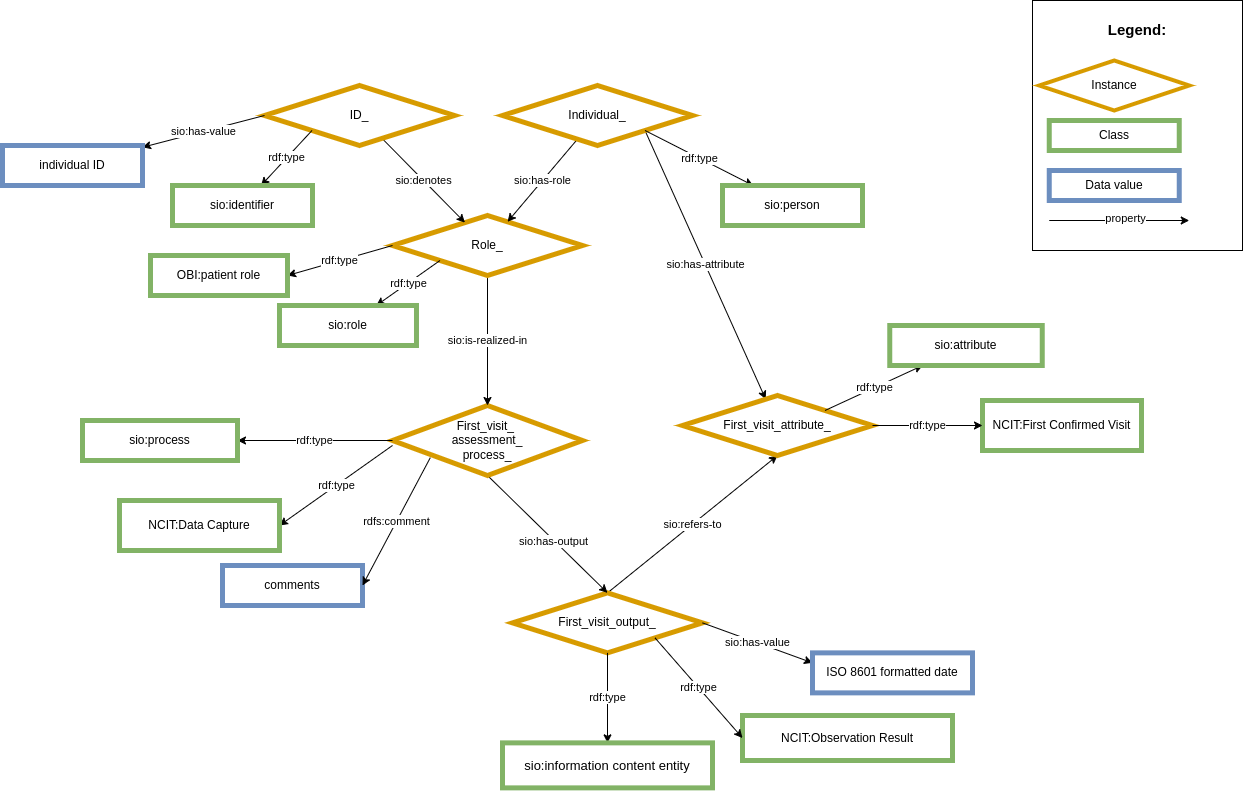
This is images/CARE-SM-First_visit.png from CARE-SM/CARE-Semantic-Model, a draw.io export, as it was before one commit. Source tidied: cells renumbered, new cells last; positions are measured from the earlier drawing's top-left corner, leaving out a move shared by most shapes.
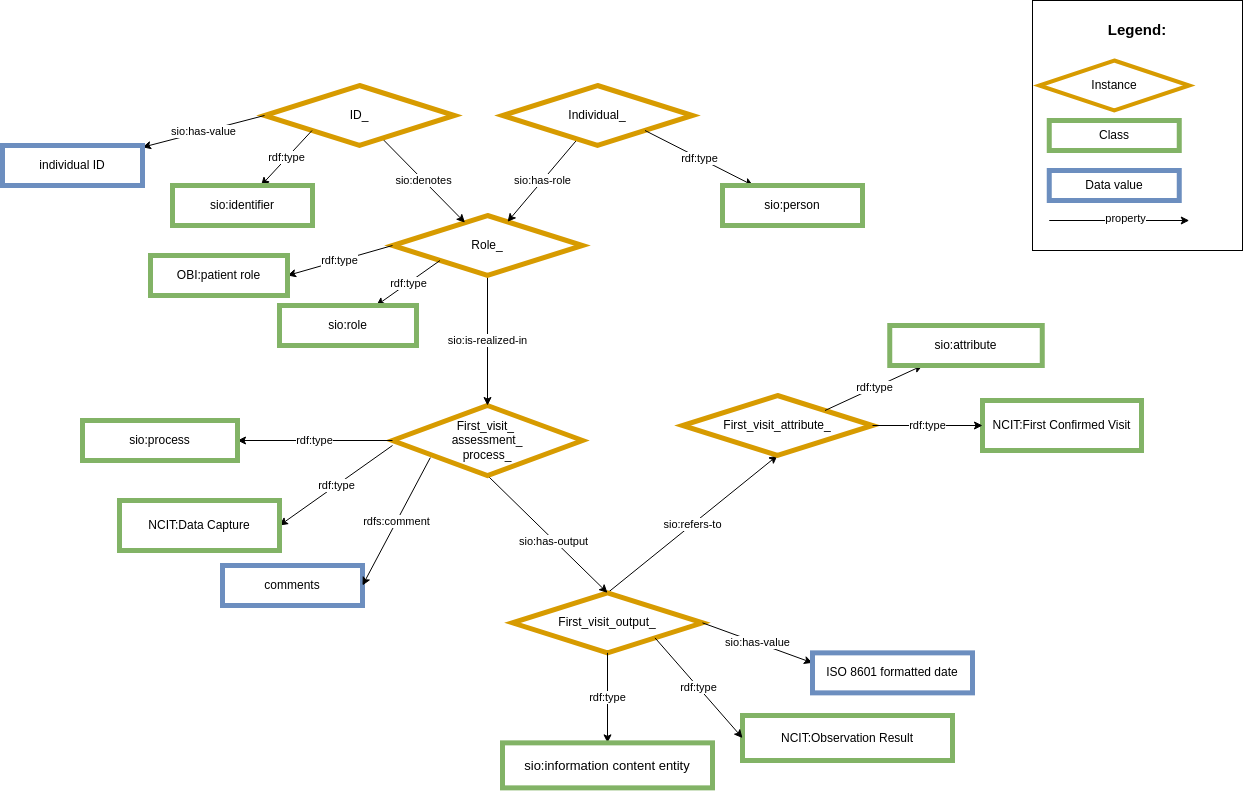
After the commit.

The edit, as a diff of the source:
```diff
@@ -28,9 +28,6 @@
     <mxCell id="9" value="&lt;font size=&quot;2&quot;&gt;sio:information content entity&lt;/font&gt;" style="whiteSpace=wrap;html=1;fillColor=#FFFFFF;strokeColor=#82b366;strokeWidth=5;" parent="1" vertex="1">
       <mxGeometry x="500" y="742.4" width="210" height="45" as="geometry" />
     </mxCell>
-    <mxCell id="10" value="sio:has-attribute" style="rounded=0;jettySize=auto;html=1;exitX=1;exitY=1;exitDx=0;exitDy=0;" parent="1" edge="1" source="15" target="16">
-      <mxGeometry relative="1" as="geometry" />
-    </mxCell>
     <mxCell id="11" value="Role_" style="rhombus;whiteSpace=wrap;html=1;fillColor=#FFFFFF;strokeColor=#d79b00;strokeWidth=5;" parent="1" vertex="1">
       <mxGeometry x="390" y="215" width="190" height="60" as="geometry" />
     </mxCell>
```
